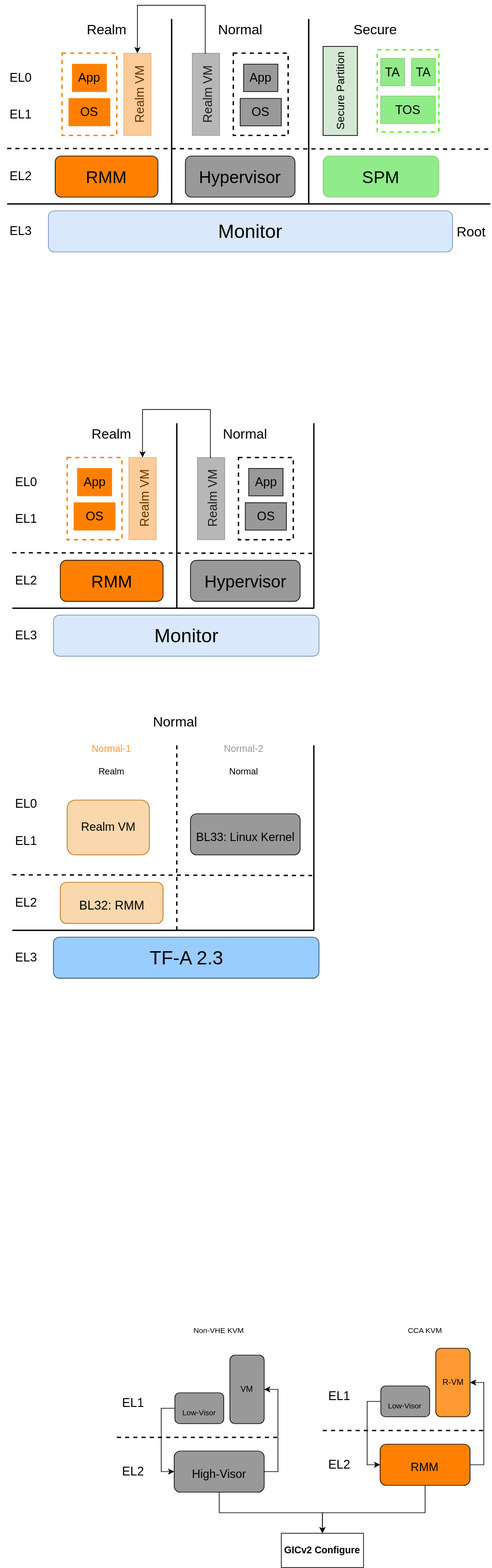
The draw.io diagram CCA_soft.svg in EdisonE3/vue_learn, before a commit. Source tidied: cells renumbered, new cells last; positions are measured from the earlier drawing's top-left corner, leaving out a move shared by most shapes.
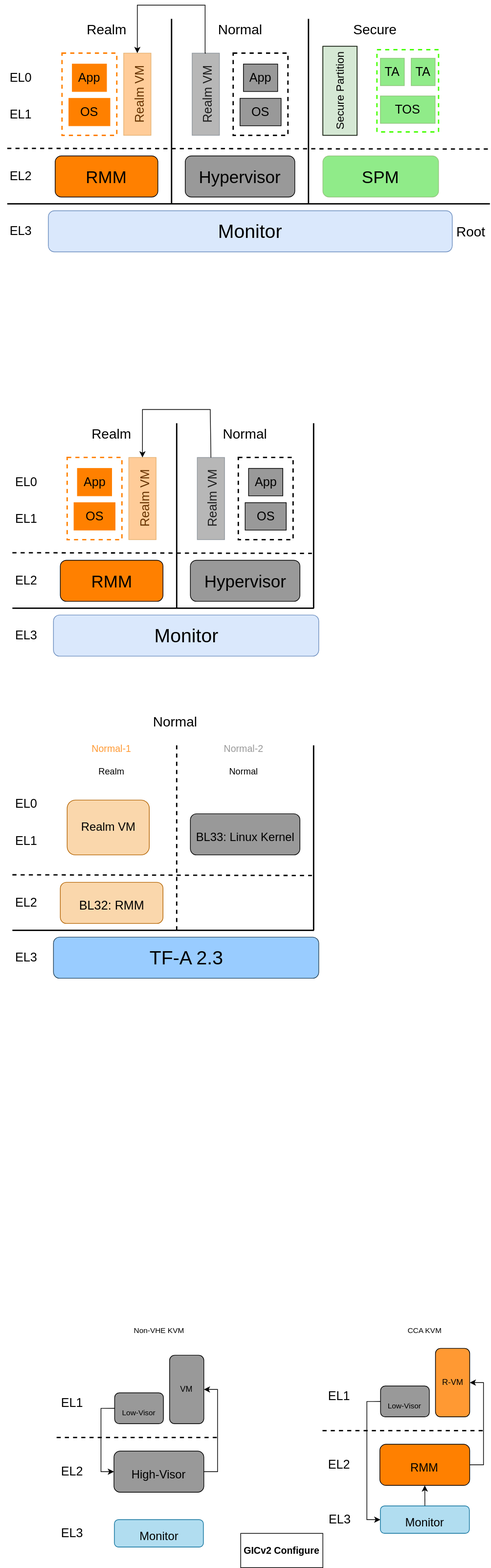
Later version of the same file.

The edit, as a diff of the source:
```diff
@@ -279,36 +279,33 @@
     </mxCell>
     <mxCell id="77" style="endArrow=none;html=1;rounded=0;fontSize=28;dashed=1;strokeWidth=2;" parent="1" edge="1">
       <mxGeometry relative="1" as="geometry">
-        <mxPoint x="170" y="2090" as="sourcePoint" />
-        <mxPoint x="405.4" y="2090" as="targetPoint" />
+        <mxPoint x="82.1" y="2090" as="sourcePoint" />
+        <mxPoint x="317.5" y="2090" as="targetPoint" />
       </mxGeometry>
     </mxCell>
     <mxCell id="78" style="edgeStyle=orthogonalEdgeStyle;rounded=0;jettySize=auto;html=1;exitX=0;exitY=0.5;exitDx=0;exitDy=0;entryX=0;entryY=0.5;entryDx=0;entryDy=0;" parent="1" edge="1" source="79" target="85">
       <mxGeometry relative="1" as="geometry" />
     </mxCell>
     <mxCell id="79" value="&lt;font style=&quot;font-size: 11px;&quot;&gt;Low-Visor&lt;br&gt;&lt;/font&gt;" style="rounded=1;whiteSpace=wrap;html=1;fontSize=28;fillColor=#999999;" parent="1" vertex="1">
-      <mxGeometry x="254.8" y="2025" width="71.2" height="45" as="geometry" />
+      <mxGeometry x="166.9" y="2025" width="71.2" height="45" as="geometry" />
     </mxCell>
     <mxCell id="80" value="EL1" style="text;html=1;strokeColor=none;fillColor=none;align=center;verticalAlign=middle;whiteSpace=wrap;rounded=0;fontSize=18;" parent="1" vertex="1">
-      <mxGeometry x="164.5" y="2025" width="60" height="30" as="geometry" />
+      <mxGeometry x="75" y="2025" width="60" height="30" as="geometry" />
     </mxCell>
     <mxCell id="81" value="&lt;font style=&quot;font-size: 11px;&quot;&gt;Non-VHE KVM&lt;/font&gt;" style="text;html=1;strokeColor=none;fillColor=none;align=center;verticalAlign=middle;whiteSpace=wrap;rounded=0;fontSize=20;opacity=70;" parent="1" vertex="1">
-      <mxGeometry x="259.4" y="1920" width="120" height="20" as="geometry" />
+      <mxGeometry x="171.5" y="1920" width="120" height="20" as="geometry" />
     </mxCell>
     <mxCell id="82" value="EL2" style="text;html=1;strokeColor=none;fillColor=none;align=center;verticalAlign=middle;whiteSpace=wrap;rounded=0;fontSize=18;" parent="1" vertex="1">
-      <mxGeometry x="164.5" y="2125" width="60" height="30" as="geometry" />
+      <mxGeometry x="75" y="2125" width="60" height="30" as="geometry" />
     </mxCell>
     <mxCell id="83" style="edgeStyle=orthogonalEdgeStyle;rounded=0;jettySize=auto;html=1;exitX=1;exitY=0.5;exitDx=0;exitDy=0;entryX=1;entryY=0.5;entryDx=0;entryDy=0;" parent="1" edge="1" source="85" target="86">
       <mxGeometry relative="1" as="geometry" />
     </mxCell>
-    <mxCell id="84" style="edgeStyle=orthogonalEdgeStyle;rounded=0;jettySize=auto;html=1;exitX=0.5;exitY=1;exitDx=0;exitDy=0;entryX=0.5;entryY=0;entryDx=0;entryDy=0;" parent="1" edge="1" source="85" target="97">
-      <mxGeometry relative="1" as="geometry" />
-    </mxCell>
     <mxCell id="85" value="&lt;span style=&quot;font-size: 17px;&quot;&gt;High-Visor&lt;/span&gt;" style="rounded=1;whiteSpace=wrap;html=1;fontSize=28;fillColor=#999999;" parent="1" vertex="1">
-      <mxGeometry x="253.8" y="2110" width="131.2" height="60" as="geometry" />
+      <mxGeometry x="165.9" y="2110" width="131.2" height="60" as="geometry" />
     </mxCell>
     <mxCell id="86" value="VM" style="rounded=1;whiteSpace=wrap;html=1;fillColor=#999999;" parent="1" vertex="1">
-      <mxGeometry x="335" y="1970" width="50" height="100" as="geometry" />
+      <mxGeometry x="247.1" y="1970" width="50" height="100" as="geometry" />
     </mxCell>
     <mxCell id="87" style="endArrow=none;html=1;rounded=0;fontSize=28;dashed=1;strokeWidth=2;" parent="1" edge="1">
       <mxGeometry relative="1" as="geometry">
@@ -316,9 +313,9 @@
         <mxPoint x="705.9" y="2080" as="targetPoint" />
       </mxGeometry>
     </mxCell>
-    <mxCell id="88" style="edgeStyle=orthogonalEdgeStyle;rounded=0;jettySize=auto;html=1;exitX=0;exitY=0.5;exitDx=0;exitDy=0;entryX=0;entryY=0.5;entryDx=0;entryDy=0;" parent="1" edge="1" source="89" target="95">
-      <mxGeometry relative="1" as="geometry" />
-    </mxCell>
+    <mxCell id="98" style="edgeStyle=orthogonalEdgeStyle;rounded=0;jettySize=auto;html=1;exitX=0;exitY=0.5;exitDx=0;exitDy=0;entryX=0;entryY=0.5;entryDx=0;entryDy=0;" parent="1" edge="1" source="89" target="100">
+      <mxGeometry relative="1" as="geometry" />
+    </mxCell>
     <mxCell id="89" value="&lt;font style=&quot;font-size: 11px;&quot;&gt;Low-Visor&lt;br&gt;&lt;/font&gt;" style="rounded=1;whiteSpace=wrap;html=1;fontSize=28;fillColor=#999999;" parent="1" vertex="1">
       <mxGeometry x="555.2" y="2015" width="71.2" height="45" as="geometry" />
     </mxCell>
@@ -334,14 +331,6 @@
     <mxCell id="93" style="edgeStyle=orthogonalEdgeStyle;rounded=0;jettySize=auto;html=1;exitX=1;exitY=0.5;exitDx=0;exitDy=0;entryX=1;entryY=0.5;entryDx=0;entryDy=0;" parent="1" edge="1" source="95" target="96">
       <mxGeometry relative="1" as="geometry" />
     </mxCell>
-    <mxCell id="94" style="edgeStyle=orthogonalEdgeStyle;rounded=0;jettySize=auto;html=1;exitX=0.5;exitY=1;exitDx=0;exitDy=0;entryX=0.5;entryY=0;entryDx=0;entryDy=0;" parent="1" edge="1" source="95" target="97">
-      <mxGeometry relative="1" as="geometry">
-        <Array as="points">
-          <mxPoint x="620" y="2200" />
-          <mxPoint x="470" y="2200" />
-        </Array>
-      </mxGeometry>
-    </mxCell>
     <mxCell id="95" value="&lt;span style=&quot;font-size: 17px;&quot;&gt;RMM&lt;/span&gt;" style="rounded=1;whiteSpace=wrap;html=1;fontSize=28;fillColor=#FF8000;" parent="1" vertex="1">
       <mxGeometry x="554.2" y="2100" width="131.2" height="60" as="geometry" />
     </mxCell>
@@ -349,7 +338,22 @@
       <mxGeometry x="635.5" y="1960" width="50" height="100" as="geometry" />
     </mxCell>
     <mxCell id="97" value="&lt;font style=&quot;font-size: 14px;&quot;&gt;&lt;b&gt;GICv2 Configure&lt;/b&gt;&lt;/font&gt;" style="rounded=0;whiteSpace=wrap;html=1;" parent="1" vertex="1">
-      <mxGeometry x="410" y="2230" width="120" height="50" as="geometry" />
+      <mxGeometry x="351" y="2230" width="120" height="50" as="geometry" />
     </mxCell>
+    <mxCell id="99" style="edgeStyle=orthogonalEdgeStyle;rounded=0;jettySize=auto;html=1;exitX=0.5;exitY=0;exitDx=0;exitDy=0;entryX=0.5;entryY=1;entryDx=0;entryDy=0;" parent="1" edge="1" source="100" target="95">
+      <mxGeometry relative="1" as="geometry" />
+    </mxCell>
+    <mxCell id="100" value="&lt;span style=&quot;font-size: 17px;&quot;&gt;Monitor&lt;/span&gt;" style="rounded=1;whiteSpace=wrap;html=1;fontSize=28;fillColor=#b1ddf0;strokeColor=#10739e;" parent="1" vertex="1">
+      <mxGeometry x="555" y="2190" width="130" height="40" as="geometry" />
+    </mxCell>
+    <mxCell id="101" value="EL3" style="text;html=1;strokeColor=none;fillColor=none;align=center;verticalAlign=middle;whiteSpace=wrap;rounded=0;fontSize=18;" parent="1" vertex="1">
+      <mxGeometry x="466" y="2195" width="60" height="30" as="geometry" />
+    </mxCell>
+    <mxCell id="102" value="&lt;span style=&quot;font-size: 17px;&quot;&gt;Monitor&lt;/span&gt;" style="rounded=1;whiteSpace=wrap;html=1;fontSize=28;fillColor=#b1ddf0;strokeColor=#10739e;" parent="1" vertex="1">
+      <mxGeometry x="166.5" y="2210" width="130" height="40" as="geometry" />
+    </mxCell>
+    <mxCell id="103" value="EL3" style="text;html=1;strokeColor=none;fillColor=none;align=center;verticalAlign=middle;whiteSpace=wrap;rounded=0;fontSize=18;" parent="1" vertex="1">
+      <mxGeometry x="75" y="2215" width="60" height="30" as="geometry" />
+    </mxCell>
   </root>
 </mxGraphModel>
```
